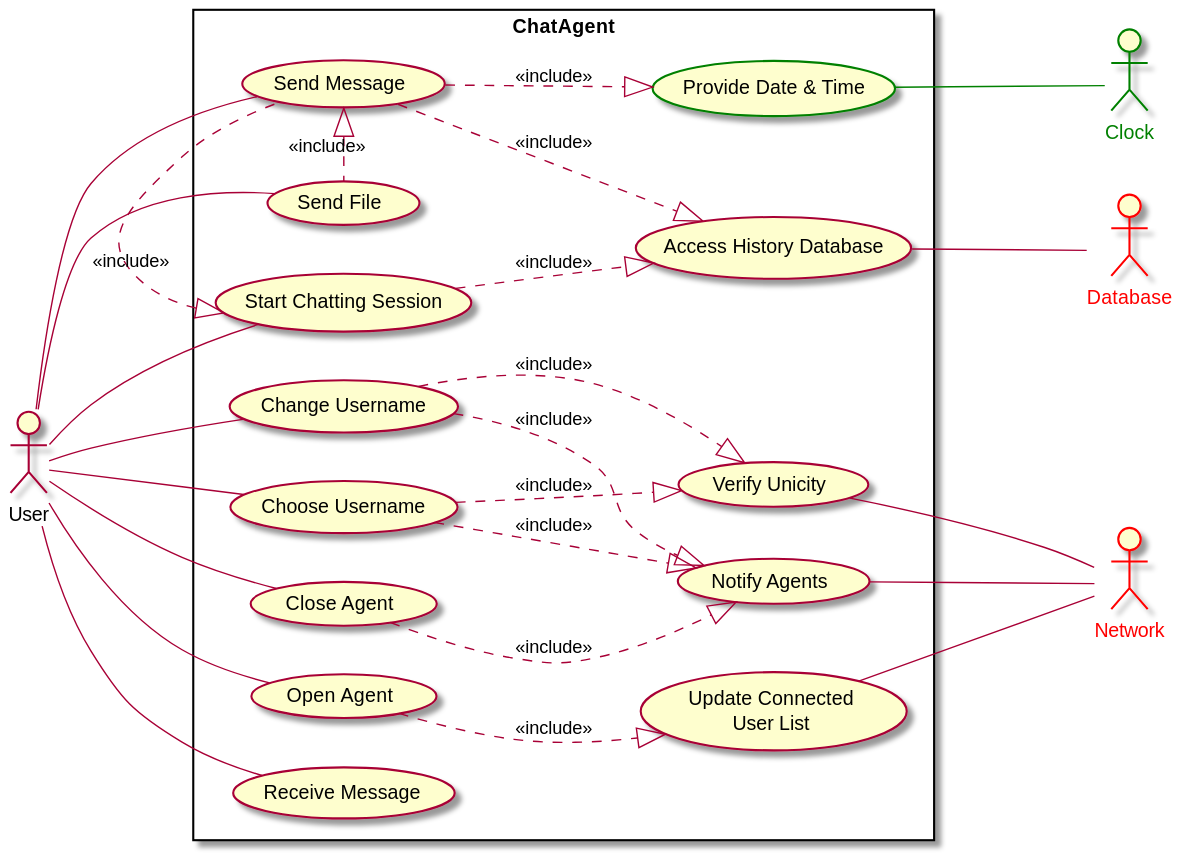
Before: PlantUML/usecase.svg, a diagram exported from PlantUML (scanim-valentin/decentralized-chat-system).
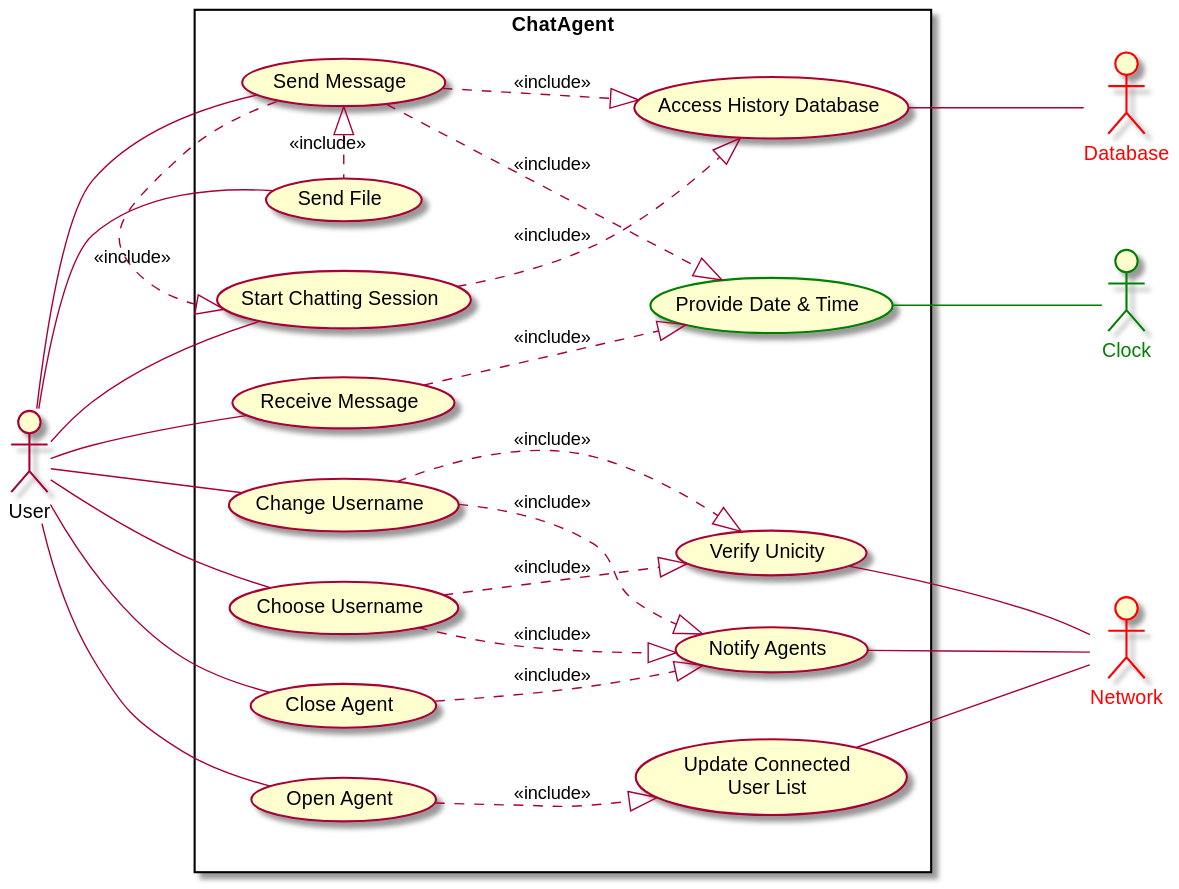
After the change.

Change to the diagram source:
```diff
@@ -32,7 +32,7 @@
  (Start Chatting Session).|>(Access History Database) : <<include>>
  (Send Message)..|>(Access History Database) : <<include>>
  (Send Message)..|>(Provide Date & Time) : <<include>>
-
+ (Receive Message)..|>(Provide Date & Time) : <<include>>
  (Open Agent)..|>(Update Connected\nUser List) : <<include>>
  (Change Username)..|>(Notify Agents) : <<include>>
  (Choose Username)..|>(Notify Agents) : <<include>>
```
